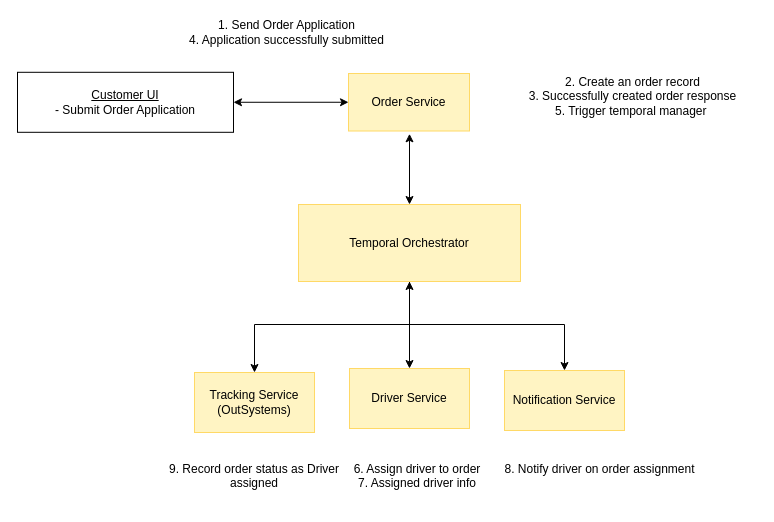
Earlier version of the draw.io diagram diagrams/CustomerSubmitOrderRequest.drawio (darkliyznyanlin910/esd-2425T2). Source tidied: cells renumbered, new cells numbered last; positions are measured from the earlier drawing's top-left corner, leaving out a move shared by most shapes. Both pictures are drawn from the tidied source at 100%, with x=0, y=0 at pixel (17, 17).
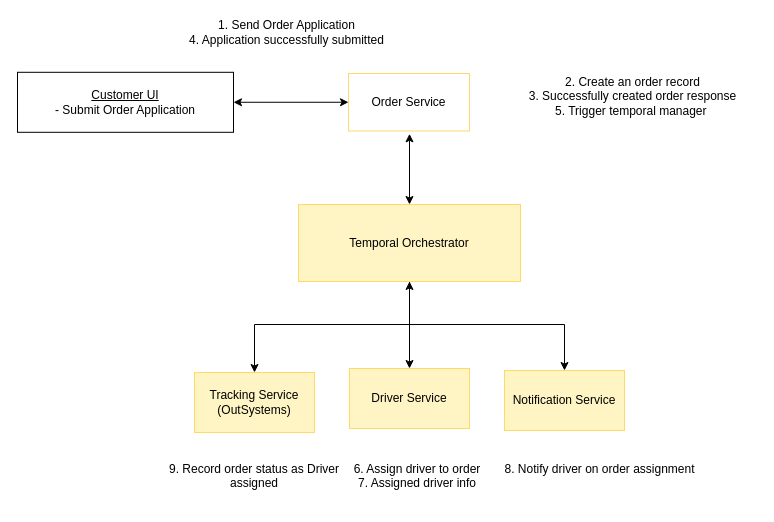
Above is the later version.

Change to the diagram source:
```diff
@@
-    <mxCell id="5" value="Order Service" style="rounded=0;whiteSpace=wrap;html=1;fillColor=light-dark(#FFF4C3,#FFFFFF);strokeColor=light-dark(#FFD966,#FFFFFF);" parent="1" vertex="1">
+    <mxCell id="5" value="Order Service" style="rounded=0;whiteSpace=wrap;html=1;fillColor=none;strokeColor=light-dark(#FFD966,#FFFFFF);" parent="1" vertex="1">
       <mxGeometry x="331" y="56" width="121" height="57.5" as="geometry" />
     </mxCell>
```
